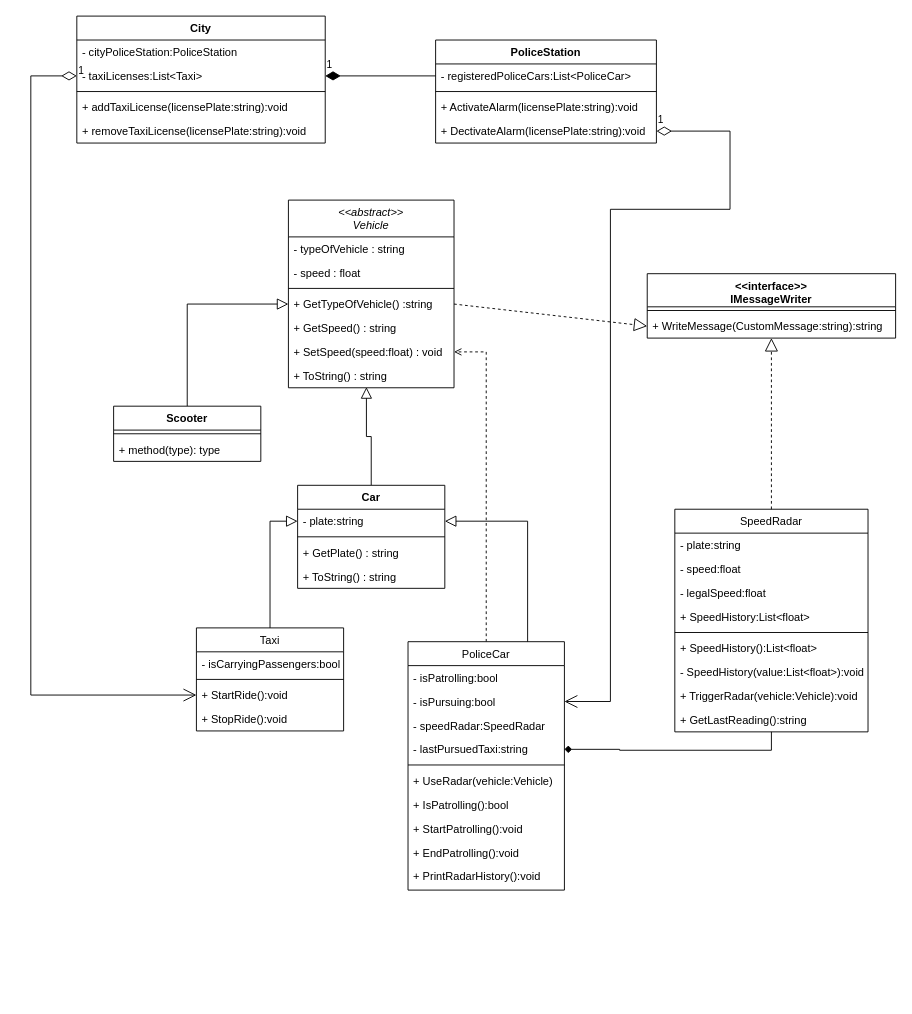
The draw.io diagram base_structure_diagram.drawio in sjrom47/Programming-Paradigms-and-techniques-L2, before the edit. Source tidied: cells renumbered, new cells numbered last; positions are measured from the earlier drawing's top-left corner, leaving out a move shared by most shapes. Both pictures are drawn from the tidied source at 92%, with x=0, y=0 at pixel (30, 16).
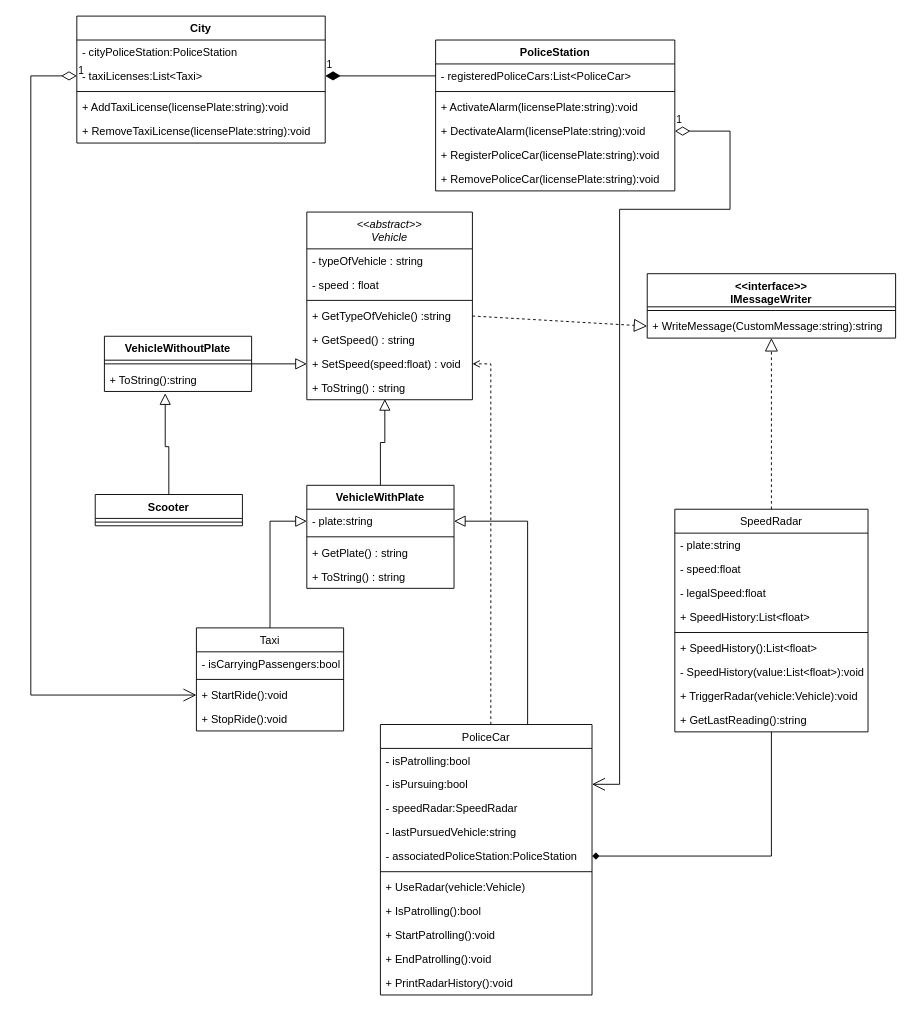
Above is the later version.

Commit message:
Diagram without SOLID explanation

The change refers to these unchanged cells:
```xml
<mxCell id="6" value="+ GetTypeOfVehicle() :string" style="text;align=left;verticalAlign=top;spacingLeft=4;spacingRight=4;overflow=hidden;points=[[0,0.5],[1,0.5]];portConstraint=eastwest;" parent="2" vertex="1">
  <mxGeometry y="100" width="180" height="26" as="geometry" />
</mxCell>
<mxCell id="8" value="+ SetSpeed(speed:float) : void" style="text;align=left;verticalAlign=top;spacingLeft=4;spacingRight=4;overflow=hidden;points=[[0,0.5],[1,0.5]];portConstraint=eastwest;" parent="2" vertex="1">
  <mxGeometry y="152" width="180" height="26" as="geometry" />
</mxCell>
<mxCell id="48" value="City" style="swimlane;fontStyle=1;align=center;verticalAlign=top;horizontal=1;startSize=26;whiteSpace=wrap;html=1;" parent="1" vertex="1">
  <mxGeometry x="50" width="270" height="138" as="geometry" />
</mxCell>
```

The edit, as a diff of the source:
```diff
@@
     <mxCell id="2" value="&lt;&lt;abstract&gt;&gt;&#10;Vehicle" style="swimlane;fontStyle=2;align=center;verticalAlign=top;horizontal=1;startSize=40;rounded=0;shadow=0;strokeWidth=1;" parent="1" vertex="1">
-      <mxGeometry x="280" y="200" width="180" height="204" as="geometry" />
+      <mxGeometry x="300" y="213" width="180" height="204" as="geometry" />
     </mxCell>
@@
     <mxCell id="16" style="edgeStyle=orthogonalEdgeStyle;rounded=0;jettySize=auto;html=1;entryX=1;entryY=0.5;entryDx=0;entryDy=0;endArrow=open;endFill=0;dashed=1;" parent="1" edge="1" source="17" target="8">
-      <mxGeometry relative="1" as="geometry" />
+      <mxGeometry relative="1" as="geometry">
+        <Array as="points">
+          <mxPoint x="500" y="378" />
+        </Array>
+      </mxGeometry>
     </mxCell>
     <mxCell id="17" value="PoliceCar" style="swimlane;fontStyle=0;align=center;verticalAlign=top;horizontal=1;startSize=26;rounded=0;shadow=0;strokeWidth=1;" parent="1" vertex="1">
-      <mxGeometry x="410" y="680" width="170" height="270" as="geometry" />
+      <mxGeometry x="380" y="770" width="230" height="294" as="geometry" />
     </mxCell>
     <mxCell id="18" value="- isPatrolling:bool" style="text;align=left;verticalAlign=top;spacingLeft=4;spacingRight=4;overflow=hidden;" parent="17" vertex="1">
-      <mxGeometry y="26" width="170" height="26" as="geometry" />
+      <mxGeometry y="26" width="230" height="26" as="geometry" />
     </mxCell>
     <mxCell id="19" value="- isPursuing:bool" style="text;align=left;verticalAlign=top;spacingLeft=4;spacingRight=4;overflow=hidden;points=[[0,0.5],[1,0.5]];portConstraint=eastwest;" parent="17" vertex="1">
-      <mxGeometry y="52" width="170" height="26" as="geometry" />
+      <mxGeometry y="52" width="230" height="26" as="geometry" />
     </mxCell>
     <mxCell id="20" value="- speedRadar:SpeedRadar" style="text;align=left;verticalAlign=top;spacingLeft=4;spacingRight=4;overflow=hidden;" parent="17" vertex="1">
-      <mxGeometry y="78" width="170" height="26" as="geometry" />
+      <mxGeometry y="78" width="230" height="26" as="geometry" />
     </mxCell>
+    <mxCell id="69" value="- lastPursuedVehicle:string" style="text;align=left;verticalAlign=top;spacingLeft=4;spacingRight=4;overflow=hidden;" parent="17" vertex="1">
+      <mxGeometry y="104" width="230" height="26" as="geometry" />
+    </mxCell>
-    <mxCell id="21" value="- lastPursuedTaxi:string" style="text;align=left;verticalAlign=top;spacingLeft=4;spacingRight=4;overflow=hidden;points=[[0,0.5],[1,0.5]];portConstraint=eastwest;" parent="17" vertex="1">
-      <mxGeometry y="104" width="170" height="26" as="geometry" />
+    <mxCell id="21" value="- associatedPoliceStation:PoliceStation" style="text;align=left;verticalAlign=top;spacingLeft=4;spacingRight=4;overflow=hidden;points=[[0,0.5],[1,0.5]];portConstraint=eastwest;" parent="17" vertex="1">
+      <mxGeometry y="130" width="230" height="26" as="geometry" />
     </mxCell>
     <mxCell id="22" style="line;html=1;strokeWidth=1;align=left;verticalAlign=middle;spacingTop=-1;spacingLeft=3;spacingRight=3;labelPosition=right;" parent="17" vertex="1">
-      <mxGeometry y="130" width="170" height="8" as="geometry" />
+      <mxGeometry y="156" width="230" height="8" as="geometry" />
     </mxCell>
     <mxCell id="23" value="+ UseRadar(vehicle:Vehicle)" style="text;align=left;verticalAlign=top;spacingLeft=4;spacingRight=4;overflow=hidden;" parent="17" vertex="1">
-      <mxGeometry y="138" width="170" height="26" as="geometry" />
+      <mxGeometry y="164" width="230" height="26" as="geometry" />
     </mxCell>
     <mxCell id="24" value="+ IsPatrolling():bool" style="text;align=left;verticalAlign=top;spacingLeft=4;spacingRight=4;overflow=hidden;" parent="17" vertex="1">
-      <mxGeometry y="164" width="170" height="26" as="geometry" />
+      <mxGeometry y="190" width="230" height="26" as="geometry" />
     </mxCell>
     <mxCell id="25" value="+ StartPatrolling():void" style="text;align=left;verticalAlign=top;spacingLeft=4;spacingRight=4;overflow=hidden;" parent="17" vertex="1">
-      <mxGeometry y="190" width="170" height="26" as="geometry" />
+      <mxGeometry y="216" width="230" height="26" as="geometry" />
     </mxCell>
     <mxCell id="26" value="+ EndPatrolling():void" style="text;align=left;verticalAlign=top;spacingLeft=4;spacingRight=4;overflow=hidden;" parent="17" vertex="1">
-      <mxGeometry y="216" width="170" height="26" as="geometry" />
+      <mxGeometry y="242" width="230" height="26" as="geometry" />
     </mxCell>
     <mxCell id="27" value="+ PrintRadarHistory():void" style="text;align=left;verticalAlign=top;spacingLeft=4;spacingRight=4;overflow=hidden;" parent="17" vertex="1">
-      <mxGeometry y="242" width="170" height="26" as="geometry" />
+      <mxGeometry y="268" width="230" height="26" as="geometry" />
     </mxCell>
@@
     <mxCell id="43" value="PoliceStation" style="swimlane;fontStyle=1;align=center;verticalAlign=top;horizontal=1;startSize=26;whiteSpace=wrap;html=1;" parent="1" vertex="1">
-      <mxGeometry x="440" y="26" width="240" height="112" as="geometry" />
+      <mxGeometry x="440" y="26" width="260" height="164" as="geometry" />
     </mxCell>
     <mxCell id="44" value="- registeredPoliceCars:List&amp;lt;PoliceCar&amp;gt;" style="text;strokeColor=none;fillColor=none;align=left;verticalAlign=top;spacingLeft=4;spacingRight=4;overflow=hidden;points=[[0,0.5],[1,0.5]];portConstraint=eastwest;whiteSpace=wrap;html=1;" parent="43" vertex="1">
-      <mxGeometry y="26" width="240" height="26" as="geometry" />
+      <mxGeometry y="26" width="260" height="26" as="geometry" />
     </mxCell>
     <mxCell id="45" style="line;strokeWidth=1;fillColor=none;align=left;verticalAlign=middle;spacingTop=-1;spacingLeft=3;spacingRight=3;labelPosition=right;strokeColor=inherit;" parent="43" vertex="1">
-      <mxGeometry y="52" width="240" height="8" as="geometry" />
+      <mxGeometry y="52" width="260" height="8" as="geometry" />
     </mxCell>
     <mxCell id="46" value="+ ActivateAlarm(licensePlate:string):void" style="text;strokeColor=none;fillColor=none;align=left;verticalAlign=top;spacingLeft=4;spacingRight=4;overflow=hidden;whiteSpace=wrap;html=1;" parent="43" vertex="1">
-      <mxGeometry y="60" width="240" height="26" as="geometry" />
+      <mxGeometry y="60" width="260" height="26" as="geometry" />
     </mxCell>
     <mxCell id="47" value="+ DectivateAlarm(licensePlate:string):void" style="text;strokeColor=none;fillColor=none;align=left;verticalAlign=top;spacingLeft=4;spacingRight=4;overflow=hidden;points=[[0,0.5],[1,0.5]];portConstraint=eastwest;whiteSpace=wrap;html=1;" parent="43" vertex="1">
-      <mxGeometry y="86" width="240" height="26" as="geometry" />
+      <mxGeometry y="86" width="260" height="26" as="geometry" />
     </mxCell>
+    <mxCell id="70" value="+ RegisterPoliceCar(licensePlate:string):void" style="text;strokeColor=none;fillColor=none;align=left;verticalAlign=top;spacingLeft=4;spacingRight=4;overflow=hidden;whiteSpace=wrap;html=1;" parent="43" vertex="1">
+      <mxGeometry y="112" width="260" height="26" as="geometry" />
+    </mxCell>
+    <mxCell id="71" value="+ RemovePoliceCar(licensePlate:string):void" style="text;strokeColor=none;fillColor=none;align=left;verticalAlign=top;spacingLeft=4;spacingRight=4;overflow=hidden;whiteSpace=wrap;html=1;" parent="43" vertex="1">
+      <mxGeometry y="138" width="260" height="26" as="geometry" />
+    </mxCell>
@@
-    <mxCell id="52" value="+ addTaxiLicense(licensePlate:string):void" style="text;strokeColor=none;fillColor=none;align=left;verticalAlign=top;spacingLeft=4;spacingRight=4;overflow=hidden;whiteSpace=wrap;html=1;" parent="48" vertex="1">
+    <mxCell id="52" value="+ AddTaxiLicense(licensePlate:string):void" style="text;strokeColor=none;fillColor=none;align=left;verticalAlign=top;spacingLeft=4;spacingRight=4;overflow=hidden;whiteSpace=wrap;html=1;" parent="48" vertex="1">
       <mxGeometry y="86" width="270" height="26" as="geometry" />
     </mxCell>
-    <mxCell id="53" value="+ removeTaxiLicense(licensePlate:string):void" style="text;strokeColor=none;fillColor=none;align=left;verticalAlign=top;spacingLeft=4;spacingRight=4;overflow=hidden;whiteSpace=wrap;html=1;" parent="48" vertex="1">
+    <mxCell id="53" value="+ RemoveTaxiLicense(licensePlate:string):void" style="text;strokeColor=none;fillColor=none;align=left;verticalAlign=top;spacingLeft=4;spacingRight=4;overflow=hidden;whiteSpace=wrap;html=1;" parent="48" vertex="1">
       <mxGeometry y="112" width="270" height="26" as="geometry" />
     </mxCell>
@@
     <mxCell id="58" value="1" style="endArrow=open;html=1;endSize=12;startArrow=diamondThin;startSize=14;startFill=0;edgeStyle=orthogonalEdgeStyle;align=left;verticalAlign=bottom;rounded=0;exitX=1;exitY=0.5;exitDx=0;exitDy=0;entryX=1;entryY=0.5;entryDx=0;entryDy=0;" parent="1" edge="1" source="47" target="19">
       <mxGeometry x="-1" y="3" relative="1" as="geometry">
         <Array as="points">
           <mxPoint x="760" y="125" />
           <mxPoint x="760" y="210" />
-          <mxPoint x="630" y="210" />
-          <mxPoint x="630" y="745" />
+          <mxPoint x="640" y="210" />
+          <mxPoint x="640" y="835" />
         </Array>
       </mxGeometry>
     </mxCell>
@@
-    <mxCell id="60" value="Car" style="swimlane;fontStyle=1;align=center;verticalAlign=top;horizontal=1;startSize=26;whiteSpace=wrap;html=1;" parent="1" vertex="1">
-      <mxGeometry x="290" y="510" width="160" height="112" as="geometry" />
+    <mxCell id="60" value="VehicleWithPlate" style="swimlane;fontStyle=1;align=center;verticalAlign=top;horizontal=1;startSize=26;whiteSpace=wrap;html=1;" parent="1" vertex="1">
+      <mxGeometry x="300" y="510" width="160" height="112" as="geometry" />
     </mxCell>
@@
-    <mxCell id="65" style="edgeStyle=orthogonalEdgeStyle;rounded=0;jettySize=auto;html=1;entryX=0;entryY=0.5;entryDx=0;entryDy=0;endArrow=block;endFill=0;endSize=10;" parent="1" edge="1" source="66" target="6">
-      <mxGeometry relative="1" as="geometry" />
+    <mxCell id="65" style="edgeStyle=orthogonalEdgeStyle;rounded=0;jettySize=auto;html=1;entryX=0.413;entryY=1.077;entryDx=0;entryDy=0;endArrow=block;endFill=0;endSize=10;entryPerimeter=0;" parent="1" edge="1" source="66" target="75">
+      <mxGeometry relative="1" as="geometry">
+        <Array as="points">
+          <mxPoint x="150" y="468" />
+        </Array>
+      </mxGeometry>
     </mxCell>
     <mxCell id="66" value="Scooter" style="swimlane;fontStyle=1;align=center;verticalAlign=top;horizontal=1;startSize=26;whiteSpace=wrap;html=1;" parent="1" vertex="1">
-      <mxGeometry x="90" y="424" width="160" height="60" as="geometry" />
+      <mxGeometry x="70" y="520" width="160" height="34" as="geometry" />
     </mxCell>
@@
-    <mxCell id="68" value="+ method(type): type" style="text;strokeColor=none;fillColor=none;align=left;verticalAlign=top;spacingLeft=4;spacingRight=4;overflow=hidden;whiteSpace=wrap;html=1;" parent="66" vertex="1">
-      <mxGeometry y="34" width="160" height="26" as="geometry" />
-    </mxCell>
+    <mxCell id="72" style="edgeStyle=orthogonalEdgeStyle;rounded=0;jettySize=auto;html=1;entryX=0;entryY=0.5;entryDx=0;entryDy=0;endArrow=block;endFill=0;endSize=10;" parent="1" edge="1" source="73" target="8">
+      <mxGeometry relative="1" as="geometry" />
+    </mxCell>
+    <mxCell id="73" value="VehicleWithoutPlate" style="swimlane;fontStyle=1;align=center;verticalAlign=top;horizontal=1;startSize=26;whiteSpace=wrap;html=1;" parent="1" vertex="1">
+      <mxGeometry x="80" y="348" width="160" height="60" as="geometry" />
+    </mxCell>
+    <mxCell id="74" style="line;strokeWidth=1;fillColor=none;align=left;verticalAlign=middle;spacingTop=-1;spacingLeft=3;spacingRight=3;labelPosition=right;strokeColor=inherit;" parent="73" vertex="1">
+      <mxGeometry y="26" width="160" height="8" as="geometry" />
+    </mxCell>
+    <mxCell id="75" value="+ ToString():string" style="text;strokeColor=none;fillColor=none;align=left;verticalAlign=top;spacingLeft=4;spacingRight=4;overflow=hidden;points=[[0,0.5],[1,0.5]];portConstraint=eastwest;whiteSpace=wrap;html=1;" parent="73" vertex="1">
+      <mxGeometry y="34" width="160" height="26" as="geometry" />
+    </mxCell>
```
